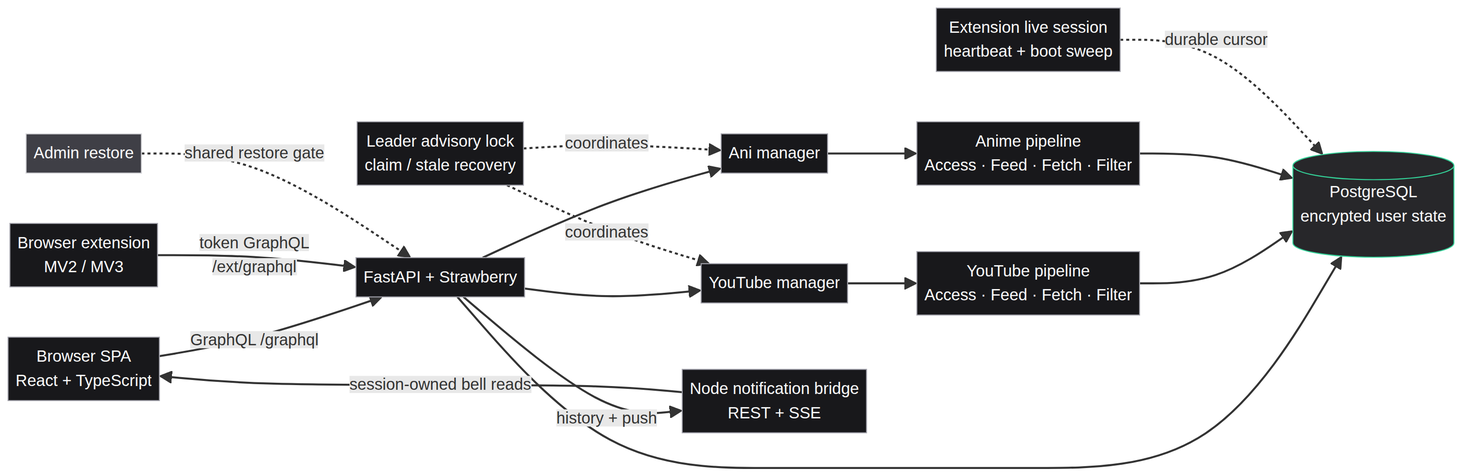
Earlier version of the Mermaid export docs/diagrams/dreamedia-runtime.png (rigen1048/DreaMedia). Its source is kept beside it as docs/diagrams/dreamedia-runtime.mmd. The source it was exported from:
```mermaid
flowchart LR
    B[Browser SPA\nReact + TypeScript] -->|GraphQL /graphql| API[FastAPI + Strawberry]
    E[Browser extension\nMV2 / MV3] -->|token GraphQL\n/ext/graphql| API
    API --> DB[(PostgreSQL\nencrypted user state)]
    API --> YTM[YouTube manager]
    API --> ANIM[Ani manager]
    YTM --> YTP[YouTube pipeline\nAccess · Feed · Fetch · Filter]
    ANIM --> ANIP[Anime pipeline\nAccess · Feed · Fetch · Filter]
    YTP --> DB
    ANIP --> DB
    API -->|history + push| BR[Node notification bridge\nREST + SSE]
    BR -->|session-owned bell reads| B
    R[Admin restore] -. shared restore gate .-> API
    L[Leader advisory lock\nclaim / stale recovery] -. coordinates .-> YTM
    L -. coordinates .-> ANIM
    X[Extension live session\nheartbeat + boot sweep] -. durable cursor .-> DB

    classDef core fill:#18181b,stroke:#a1a1aa,color:#fafafa;
    classDef data fill:#27272a,stroke:#34d399,color:#fafafa;
    classDef edge fill:#3f3f46,stroke:#d4d4d8,color:#fafafa;
    class B,E,API,YTM,ANIM,YTP,ANIP,BR,R,L,X core;
    class DB data;
    class R edge;
```
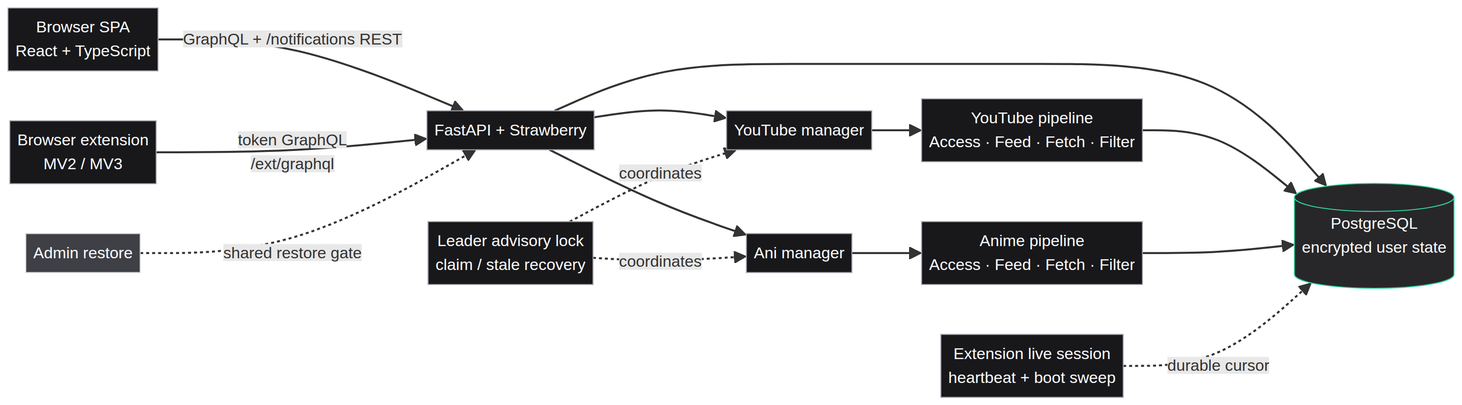
After the commit.

Diff of the diagram source:
```diff
@@ -1,5 +1,5 @@
 flowchart LR
-    B[Browser SPA\nReact + TypeScript] -->|GraphQL /graphql| API[FastAPI + Strawberry]
+    B[Browser SPA\nReact + TypeScript] -->|GraphQL + /notifications REST| API[FastAPI + Strawberry]
     E[Browser extension\nMV2 / MV3] -->|token GraphQL\n/ext/graphql| API
     API --> DB[(PostgreSQL\nencrypted user state)]
     API --> YTM[YouTube manager]
@@ -8,8 +8,6 @@
     ANIM --> ANIP[Anime pipeline\nAccess · Feed · Fetch · Filter]
     YTP --> DB
     ANIP --> DB
-    API -->|history + push| BR[Node notification bridge\nREST + SSE]
-    BR -->|session-owned bell reads| B
     R[Admin restore] -. shared restore gate .-> API
     L[Leader advisory lock\nclaim / stale recovery] -. coordinates .-> YTM
     L -. coordinates .-> ANIM
@@ -18,6 +16,6 @@
     classDef core fill:#18181b,stroke:#a1a1aa,color:#fafafa;
     classDef data fill:#27272a,stroke:#34d399,color:#fafafa;
     classDef edge fill:#3f3f46,stroke:#d4d4d8,color:#fafafa;
-    class B,E,API,YTM,ANIM,YTP,ANIP,BR,R,L,X core;
+    class B,E,API,YTM,ANIM,YTP,ANIP,R,L,X core;
     class DB data;
     class R edge;
```
